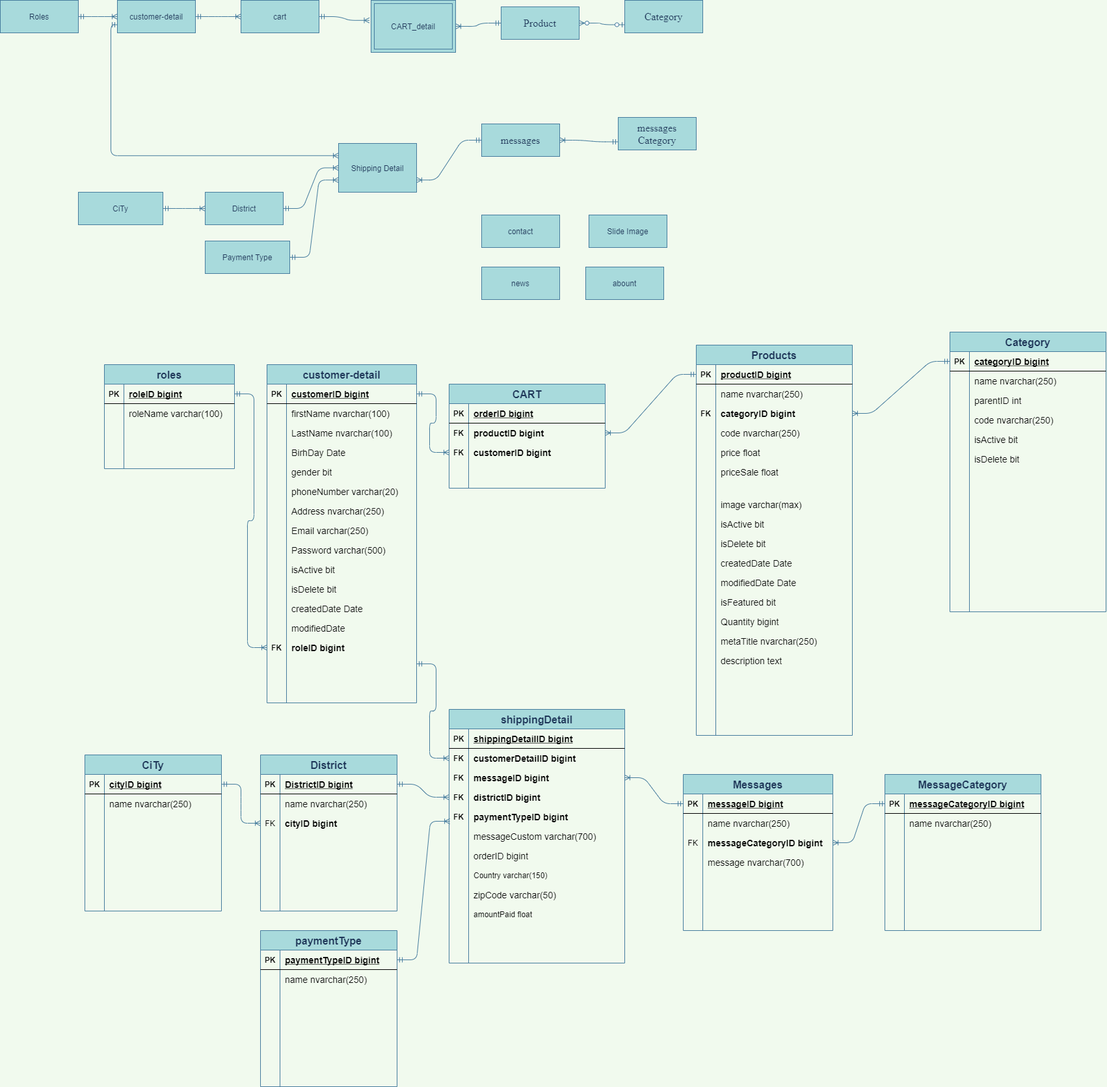
The draw.io diagram Untitled Diagram.png in maialino123/Eproject-SEM3, before a commit. Source tidied: cells renumbered, new cells last; positions are measured from the earlier drawing's top-left corner, leaving out a move shared by most shapes.
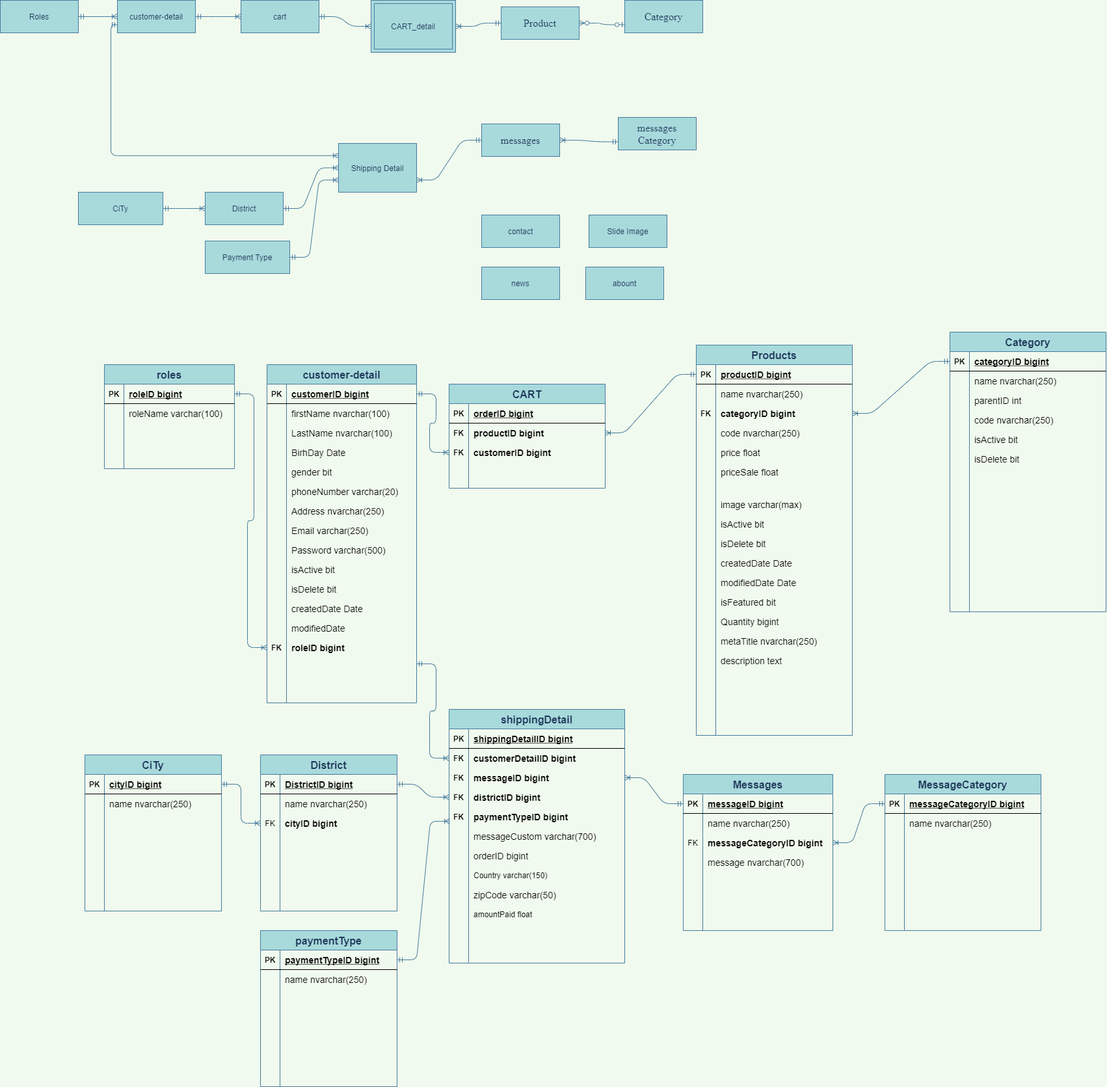
Later version of the same file.

The edit, as a diff of the source:
```diff
@@ -967,7 +967,7 @@
     <mxCell id="322" value="CART_detail" style="shape=ext;margin=3;double=1;whiteSpace=wrap;html=1;align=center;fillColor=#A8DADC;strokeColor=#457B9D;fontColor=#1D3557;" parent="1" vertex="1">
       <mxGeometry x="570" width="130" height="80" as="geometry" />
     </mxCell>
-    <mxCell id="323" style="edgeStyle=entityRelationEdgeStyle;fontSize=12;html=1;endArrow=ERoneToMany;startArrow=ERmandOne;fontColor=#1D3557;strokeColor=#457B9D;fillColor=#A8DADC;entryX=-0.019;entryY=0.385;entryDx=0;entryDy=0;labelBackgroundColor=#F1FAEE;exitX=1;exitY=0.5;exitDx=0;exitDy=0;entryPerimeter=0;" parent="1" edge="1" source="324" target="322">
+    <mxCell id="323" style="edgeStyle=entityRelationEdgeStyle;fontSize=12;html=1;endArrow=ERoneToMany;startArrow=ERmandOne;fontColor=#1D3557;strokeColor=#457B9D;fillColor=#A8DADC;entryX=0;entryY=0.5;entryDx=0;entryDy=0;labelBackgroundColor=#F1FAEE;exitX=1;exitY=0.5;exitDx=0;exitDy=0;" parent="1" edge="1" source="324" target="322">
       <mxGeometry relative="1" as="geometry" />
     </mxCell>
     <mxCell id="324" value="cart" style="whiteSpace=wrap;html=1;align=center;rounded=0;sketch=0;fontColor=#1D3557;strokeColor=#457B9D;fillColor=#A8DADC;" parent="1" vertex="1">
```
